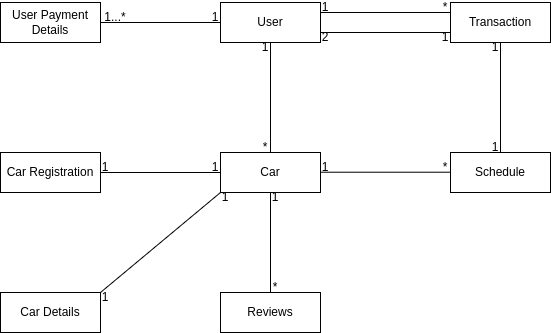
The draw.io diagram docs/EntityRelationshipDiagram.drawio.png in 514sh/sulong, before a commit. Source tidied: cells renumbered, new cells last; positions are measured from the earlier drawing's top-left corner, leaving out a move shared by most shapes.
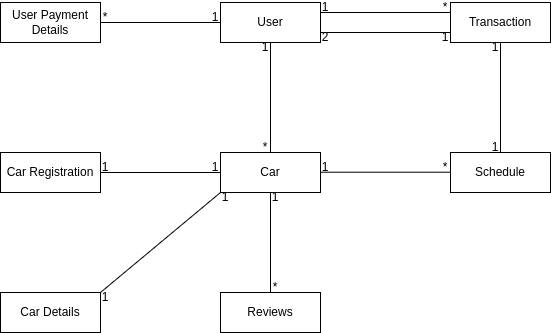
After the commit.

What changed in the source:
```diff
@@ -59,8 +59,8 @@
     <mxCell id="18" value="1" style="text;strokeColor=none;align=center;fillColor=none;html=1;verticalAlign=middle;whiteSpace=wrap;rounded=0;" parent="1" vertex="1">
       <mxGeometry x="210" y="10" width="10" height="10" as="geometry" />
     </mxCell>
-    <mxCell id="19" value="1...*" style="text;strokeColor=none;align=center;fillColor=none;html=1;verticalAlign=middle;whiteSpace=wrap;rounded=0;" parent="1" vertex="1">
-      <mxGeometry x="110" y="10" width="10" height="10" as="geometry" />
+    <mxCell id="19" value="*" style="text;strokeColor=none;align=center;fillColor=none;html=1;verticalAlign=middle;whiteSpace=wrap;rounded=0;" parent="1" vertex="1">
+      <mxGeometry x="100" y="10" width="10" height="10" as="geometry" />
     </mxCell>
     <mxCell id="20" style="endArrow=none;html=1;rounded=0;exitX=1;exitY=0.75;exitDx=0;exitDy=0;exitPerimeter=0;entryX=0;entryY=0.75;entryDx=0;entryDy=0;" parent="1" edge="1" source="2" target="5">
       <mxGeometry relative="1" as="geometry" />
```
